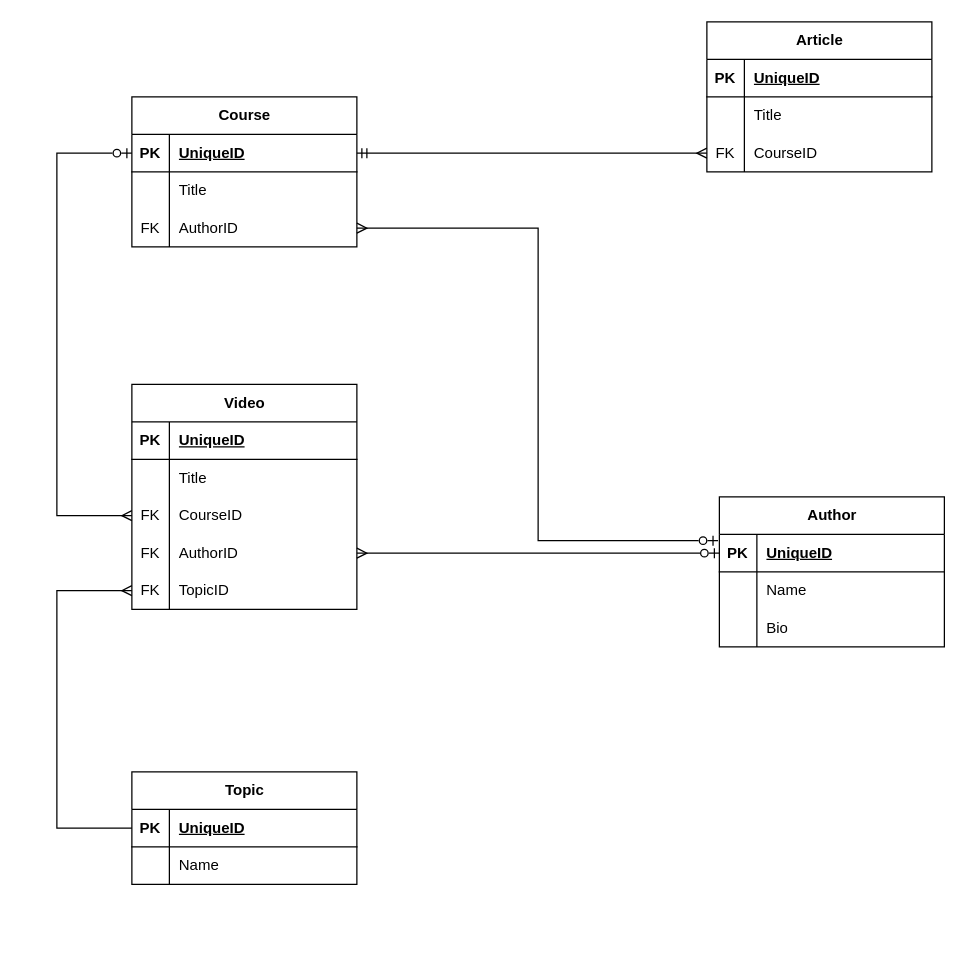
The draw.io diagram modulo01/basico/laboratorio01-basico.drawio in JuanBerrocal/lemoncode-backend, before the edit. Source tidied: cells renumbered, new cells numbered last; positions are measured from the earlier drawing's top-left corner, leaving out a move shared by most shapes. Both pictures are drawn from the tidied source at 125%, with x=0, y=0 at pixel (56, 21).
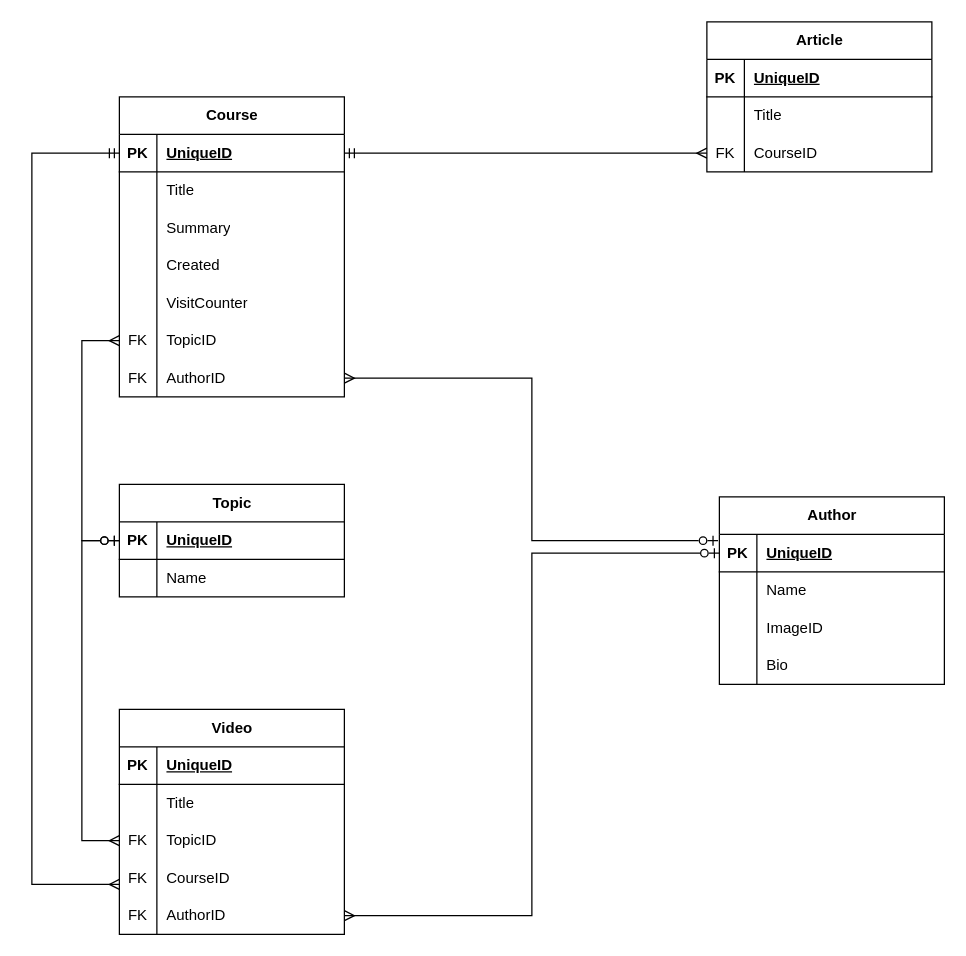
The same page after the edit.

Commit message (it also covers changes not shown here):
laboratorio-basico-version2

The change refers to these unchanged cells:
```xml
<mxCell id="3" style="shape=tableRow;horizontal=0;startSize=0;swimlaneHead=0;swimlaneBody=0;fillColor=none;points=[[0,0.5],[1,0.5]];portConstraint=eastwest;top=0;left=0;right=0;bottom=1;" parent="2" vertex="1">
  <mxGeometry y="30" width="180" height="30" as="geometry" />
</mxCell>
<mxCell id="13" style="shape=tableRow;horizontal=0;startSize=0;swimlaneHead=0;swimlaneBody=0;fillColor=none;points=[[0,0.5],[1,0.5]];portConstraint=eastwest;top=0;left=0;right=0;bottom=1;" parent="12" vertex="1">
  <mxGeometry y="30" width="180" height="30" as="geometry" />
</mxCell>
<mxCell id="19" style="shape=tableRow;horizontal=0;startSize=0;swimlaneHead=0;swimlaneBody=0;fillColor=none;top=0;left=0;right=0;bottom=0;" parent="12" vertex="1">
  <mxGeometry y="90" width="180" height="30" as="geometry" />
</mxCell>
<mxCell id="29" style="shape=tableRow;horizontal=0;startSize=0;swimlaneHead=0;swimlaneBody=0;fillColor=none;points=[[0,0.5],[1,0.5]];portConstraint=eastwest;top=0;left=0;right=0;bottom=0;" parent="22" vertex="1">
  <mxGeometry y="90" width="180" height="30" as="geometry" />
</mxCell>
<mxCell id="32" style="shape=tableRow;horizontal=0;startSize=0;swimlaneHead=0;swimlaneBody=0;fillColor=none;points=[[0,0.5],[1,0.5]];portConstraint=eastwest;top=0;left=0;right=0;bottom=0;" parent="22" vertex="1">
  <mxGeometry y="120" width="180" height="30" as="geometry" />
</mxCell>
<mxCell id="35" style="shape=tableRow;horizontal=0;startSize=0;swimlaneHead=0;swimlaneBody=0;fillColor=none;points=[[0,0.5],[1,0.5]];portConstraint=eastwest;top=0;left=0;right=0;bottom=0;" parent="22" vertex="1">
  <mxGeometry y="150" width="180" height="30" as="geometry" />
</mxCell>
<mxCell id="39" style="shape=tableRow;horizontal=0;startSize=0;swimlaneHead=0;swimlaneBody=0;fillColor=none;points=[[0,0.5],[1,0.5]];portConstraint=eastwest;top=0;left=0;right=0;bottom=1;" parent="38" vertex="1">
  <mxGeometry y="30" width="180" height="30" as="geometry" />
</mxCell>
```

Change to the diagram source:
```diff
@@
     <mxCell id="2" value="Course" style="shape=table;startSize=30;childLayout=tableLayout;rowLines=0;fontStyle=1;align=center;html=1;" parent="1" vertex="1">
-      <mxGeometry x="60" y="60" width="180" height="120" as="geometry" />
+      <mxGeometry x="50" y="60" width="180" height="240" as="geometry" />
     </mxCell>
@@
+    <mxCell id="60" style="shape=tableRow;horizontal=0;startSize=0;swimlaneHead=0;swimlaneBody=0;fillColor=none;top=0;left=0;right=0;bottom=0;" parent="2" vertex="1">
+      <mxGeometry y="90" width="180" height="30" as="geometry" />
+    </mxCell>
+    <mxCell id="61" style="shape=partialRectangle;fillColor=none;top=0;left=0;bottom=0;right=0;overflow=hidden;whiteSpace=wrap;html=1;" parent="60" vertex="1">
+      <mxGeometry width="30" height="30" as="geometry" />
+    </mxCell>
+    <mxCell id="62" value="Summary" style="shape=partialRectangle;fillColor=none;top=0;left=0;bottom=0;right=0;align=left;spacingLeft=6;overflow=hidden;whiteSpace=wrap;html=1;" parent="60" vertex="1">
+      <mxGeometry x="30" width="150" height="30" as="geometry" />
+    </mxCell>
+    <mxCell id="63" style="shape=tableRow;horizontal=0;startSize=0;swimlaneHead=0;swimlaneBody=0;fillColor=none;top=0;left=0;right=0;bottom=0;" parent="2" vertex="1">
+      <mxGeometry y="120" width="180" height="30" as="geometry" />
+    </mxCell>
+    <mxCell id="64" style="shape=partialRectangle;fillColor=none;top=0;left=0;bottom=0;right=0;overflow=hidden;whiteSpace=wrap;html=1;" parent="63" vertex="1">
+      <mxGeometry width="30" height="30" as="geometry" />
+    </mxCell>
+    <mxCell id="65" value="Created" style="shape=partialRectangle;fillColor=none;top=0;left=0;bottom=0;right=0;align=left;spacingLeft=6;overflow=hidden;whiteSpace=wrap;html=1;" parent="63" vertex="1">
+      <mxGeometry x="30" width="150" height="30" as="geometry" />
+    </mxCell>
+    <mxCell id="66" style="shape=tableRow;horizontal=0;startSize=0;swimlaneHead=0;swimlaneBody=0;fillColor=none;top=0;left=0;right=0;bottom=0;" parent="2" vertex="1">
+      <mxGeometry y="150" width="180" height="30" as="geometry" />
+    </mxCell>
+    <mxCell id="67" style="shape=partialRectangle;fillColor=none;top=0;left=0;bottom=0;right=0;overflow=hidden;whiteSpace=wrap;html=1;" parent="66" vertex="1">
+      <mxGeometry width="30" height="30" as="geometry" />
+    </mxCell>
+    <mxCell id="68" value="VisitCounter" style="shape=partialRectangle;fillColor=none;top=0;left=0;bottom=0;right=0;align=left;spacingLeft=6;overflow=hidden;whiteSpace=wrap;html=1;" parent="66" vertex="1">
+      <mxGeometry x="30" width="150" height="30" as="geometry" />
+    </mxCell>
+    <mxCell id="69" style="shape=tableRow;horizontal=0;startSize=0;swimlaneHead=0;swimlaneBody=0;fillColor=none;points=[[0,0.5],[1,0.5]];portConstraint=eastwest;top=0;left=0;right=0;bottom=0;" parent="2" vertex="1">
+      <mxGeometry y="180" width="180" height="30" as="geometry" />
+    </mxCell>
+    <mxCell id="70" value="FK" style="shape=partialRectangle;fillColor=none;top=0;left=0;bottom=0;right=0;overflow=hidden;whiteSpace=wrap;html=1;" parent="69" vertex="1">
+      <mxGeometry width="30" height="30" as="geometry" />
+    </mxCell>
+    <mxCell id="71" value="TopicID" style="shape=partialRectangle;fillColor=none;top=0;left=0;bottom=0;right=0;align=left;spacingLeft=6;overflow=hidden;whiteSpace=wrap;html=1;" parent="69" vertex="1">
+      <mxGeometry x="30" width="150" height="30" as="geometry" />
+    </mxCell>
     <mxCell id="9" style="shape=tableRow;horizontal=0;startSize=0;swimlaneHead=0;swimlaneBody=0;fillColor=none;points=[[0,0.5],[1,0.5]];portConstraint=eastwest;top=0;left=0;right=0;bottom=0;" parent="2" vertex="1">
-      <mxGeometry y="90" width="180" height="30" as="geometry" />
+      <mxGeometry y="210" width="180" height="30" as="geometry" />
     </mxCell>
@@
     <mxCell id="12" value="Author" style="shape=table;startSize=30;childLayout=tableLayout;rowLines=0;fontStyle=1;align=center;html=1;" parent="1" vertex="1">
-      <mxGeometry x="530" y="380" width="180" height="120" as="geometry" />
+      <mxGeometry x="530" y="380" width="180" height="150" as="geometry" />
     </mxCell>
@@
-    <mxCell id="21" value="Bio" style="shape=partialRectangle;fillColor=none;top=0;left=0;bottom=0;right=0;align=left;spacingLeft=6;overflow=hidden;whiteSpace=wrap;html=1;" parent="19" vertex="1">
+    <mxCell id="21" value="ImageID" style="shape=partialRectangle;fillColor=none;top=0;left=0;bottom=0;right=0;align=left;spacingLeft=6;overflow=hidden;whiteSpace=wrap;html=1;" parent="19" vertex="1">
       <mxGeometry x="30" width="150" height="30" as="geometry" />
     </mxCell>
+    <mxCell id="72" style="shape=tableRow;horizontal=0;startSize=0;swimlaneHead=0;swimlaneBody=0;fillColor=none;top=0;left=0;right=0;bottom=0;" parent="12" vertex="1">
+      <mxGeometry y="120" width="180" height="30" as="geometry" />
+    </mxCell>
+    <mxCell id="73" style="shape=partialRectangle;fillColor=none;top=0;left=0;bottom=0;right=0;overflow=hidden;whiteSpace=wrap;html=1;" parent="72" vertex="1">
+      <mxGeometry width="30" height="30" as="geometry" />
+    </mxCell>
+    <mxCell id="74" value="Bio" style="shape=partialRectangle;fillColor=none;top=0;left=0;bottom=0;right=0;align=left;spacingLeft=6;overflow=hidden;whiteSpace=wrap;html=1;" parent="72" vertex="1">
+      <mxGeometry x="30" width="150" height="30" as="geometry" />
+    </mxCell>
     <mxCell id="22" value="Video" style="shape=table;startSize=30;childLayout=tableLayout;rowLines=0;fontStyle=1;align=center;html=1;" parent="1" vertex="1">
-      <mxGeometry x="60" y="290" width="180" height="180" as="geometry" />
+      <mxGeometry x="50" y="550" width="180" height="180" as="geometry" />
     </mxCell>
@@
-    <mxCell id="31" value="CourseID" style="shape=partialRectangle;fillColor=none;top=0;left=0;bottom=0;right=0;align=left;spacingLeft=6;overflow=hidden;whiteSpace=wrap;html=1;" parent="29" vertex="1">
+    <mxCell id="31" value="TopicID" style="shape=partialRectangle;fillColor=none;top=0;left=0;bottom=0;right=0;align=left;spacingLeft=6;overflow=hidden;whiteSpace=wrap;html=1;" parent="29" vertex="1">
       <mxGeometry x="30" width="150" height="30" as="geometry" />
     </mxCell>
@@
-    <mxCell id="34" value="AuthorID" style="shape=partialRectangle;fillColor=none;top=0;left=0;bottom=0;right=0;align=left;spacingLeft=6;overflow=hidden;whiteSpace=wrap;html=1;" parent="32" vertex="1">
+    <mxCell id="34" value="CourseID" style="shape=partialRectangle;fillColor=none;top=0;left=0;bottom=0;right=0;align=left;spacingLeft=6;overflow=hidden;whiteSpace=wrap;html=1;" parent="32" vertex="1">
       <mxGeometry x="30" width="150" height="30" as="geometry" />
     </mxCell>
@@
-    <mxCell id="37" value="TopicID" style="shape=partialRectangle;fillColor=none;top=0;left=0;bottom=0;right=0;align=left;spacingLeft=6;overflow=hidden;whiteSpace=wrap;html=1;" parent="35" vertex="1">
+    <mxCell id="37" value="AuthorID" style="shape=partialRectangle;fillColor=none;top=0;left=0;bottom=0;right=0;align=left;spacingLeft=6;overflow=hidden;whiteSpace=wrap;html=1;" parent="35" vertex="1">
       <mxGeometry x="30" width="150" height="30" as="geometry" />
     </mxCell>
     <mxCell id="38" value="Topic" style="shape=table;startSize=30;childLayout=tableLayout;rowLines=0;fontStyle=1;align=center;html=1;" parent="1" vertex="1">
-      <mxGeometry x="60" y="600" width="180" height="90" as="geometry" />
+      <mxGeometry x="50" y="370" width="180" height="90" as="geometry" />
     </mxCell>
@@
-    <mxCell id="55" style="fontSize=12;html=1;endArrow=ERmany;rounded=0;exitX=0;exitY=0.5;exitDx=0;exitDy=0;entryX=1;entryY=0.5;entryDx=0;entryDy=0;startArrow=ERzeroToOne;startFill=0;" parent="1" edge="1" source="13" target="32">
-      <mxGeometry relative="1" as="geometry" />
+    <mxCell id="55" style="fontSize=12;html=1;endArrow=ERmany;rounded=0;exitX=0;exitY=0.5;exitDx=0;exitDy=0;entryX=1;entryY=0.5;entryDx=0;entryDy=0;startArrow=ERzeroToOne;startFill=0;edgeStyle=orthogonalEdgeStyle;" parent="1" edge="1" source="13" target="35">
+      <mxGeometry relative="1" as="geometry">
+        <Array as="points">
+          <mxPoint x="380" y="425" />
+          <mxPoint x="380" y="715" />
+        </Array>
+      </mxGeometry>
     </mxCell>
-    <mxCell id="56" style="fontSize=12;html=1;endArrow=ERmany;rounded=0;exitX=0;exitY=0.5;exitDx=0;exitDy=0;entryX=0;entryY=0.5;entryDx=0;entryDy=0;edgeStyle=orthogonalEdgeStyle;startArrow=ERzeroToOne;startFill=0;" parent="1" edge="1" source="3" target="29">
+    <mxCell id="56" style="fontSize=12;html=1;endArrow=ERmany;rounded=0;exitX=0;exitY=0.5;exitDx=0;exitDy=0;startArrow=ERmandOne;startFill=0;edgeStyle=orthogonalEdgeStyle;" parent="1" edge="1" source="3">
       <mxGeometry relative="1" as="geometry">
+        <mxPoint x="50" y="690" as="targetPoint" />
         <Array as="points">
-          <mxPoint y="105" />
-          <mxPoint y="395" />
+          <mxPoint x="-20" y="105" />
+          <mxPoint x="-20" y="690" />
         </Array>
       </mxGeometry>
     </mxCell>
@@
-    <mxCell id="58" style="fontSize=12;html=1;endArrow=ERmany;rounded=0;exitX=0;exitY=0.5;exitDx=0;exitDy=0;entryX=0;entryY=0.5;entryDx=0;entryDy=0;edgeStyle=orthogonalEdgeStyle;" parent="1" edge="1" source="39" target="35">
-      <mxGeometry relative="1" as="geometry">
-        <Array as="points">
-          <mxPoint y="645" />
-          <mxPoint y="455" />
-        </Array>
-      </mxGeometry>
-    </mxCell>
     <mxCell id="59" style="edgeStyle=orthogonalEdgeStyle;fontSize=12;html=1;endArrow=ERmany;rounded=0;entryX=1;entryY=0.5;entryDx=0;entryDy=0;exitX=-0.006;exitY=0.167;exitDx=0;exitDy=0;exitPerimeter=0;startArrow=ERzeroToOne;startFill=0;" parent="1" edge="1" source="13" target="9">
-      <mxGeometry relative="1" as="geometry" />
+      <mxGeometry relative="1" as="geometry">
+        <Array as="points">
+          <mxPoint x="380" y="415" />
+          <mxPoint x="380" y="285" />
+        </Array>
+      </mxGeometry>
     </mxCell>
+    <mxCell id="75" style="edgeStyle=orthogonalEdgeStyle;fontSize=12;html=1;endArrow=ERmany;rounded=0;exitX=0;exitY=0.5;exitDx=0;exitDy=0;entryX=0;entryY=0.5;entryDx=0;entryDy=0;startArrow=ERzeroToOne;startFill=0;" parent="1" edge="1" source="39" target="69">
+      <mxGeometry relative="1" as="geometry">
+        <Array as="points">
+          <mxPoint x="20" y="415" />
+          <mxPoint x="20" y="255" />
+        </Array>
+      </mxGeometry>
+    </mxCell>
+    <mxCell id="76" style="edgeStyle=orthogonalEdgeStyle;fontSize=12;html=1;endArrow=ERmany;rounded=0;exitX=0;exitY=0.5;exitDx=0;exitDy=0;entryX=0;entryY=0.5;entryDx=0;entryDy=0;startArrow=ERzeroToOne;startFill=0;" parent="1" edge="1" source="39" target="29">
+      <mxGeometry relative="1" as="geometry">
+        <Array as="points">
+          <mxPoint x="20" y="415" />
+          <mxPoint x="20" y="655" />
+        </Array>
+      </mxGeometry>
+    </mxCell>
```
